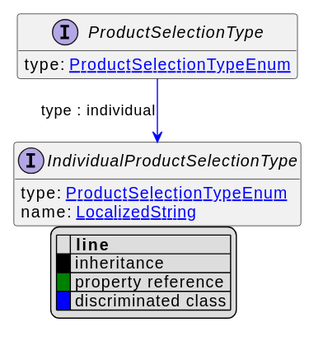
This is uml/api/svg/ProductSelectionType.svg from commercetools/commercetools-api-reference, a PlantUML export, as it was before one commit. Source of this version:
```plantuml
@startuml
!pragma layout elk
hide empty fields
hide empty methods
legend
|= |= line |
|<back:black>   </back>| inheritance |
|<back:green>   </back>| property reference |
|<back:blue>   </back>| discriminated class |
endlegend
interface ProductSelectionType [[ProductSelectionType.svg]]  {
    type: [[ProductSelectionTypeEnum.svg ProductSelectionTypeEnum]]
}


interface IndividualProductSelectionType [[IndividualProductSelectionType.svg]]  {
    type: [[ProductSelectionTypeEnum.svg ProductSelectionTypeEnum]]
    name: [[LocalizedString.svg LocalizedString]]
}

ProductSelectionType --> IndividualProductSelectionType #blue;text:blue : "type : individual"

@enduml
```
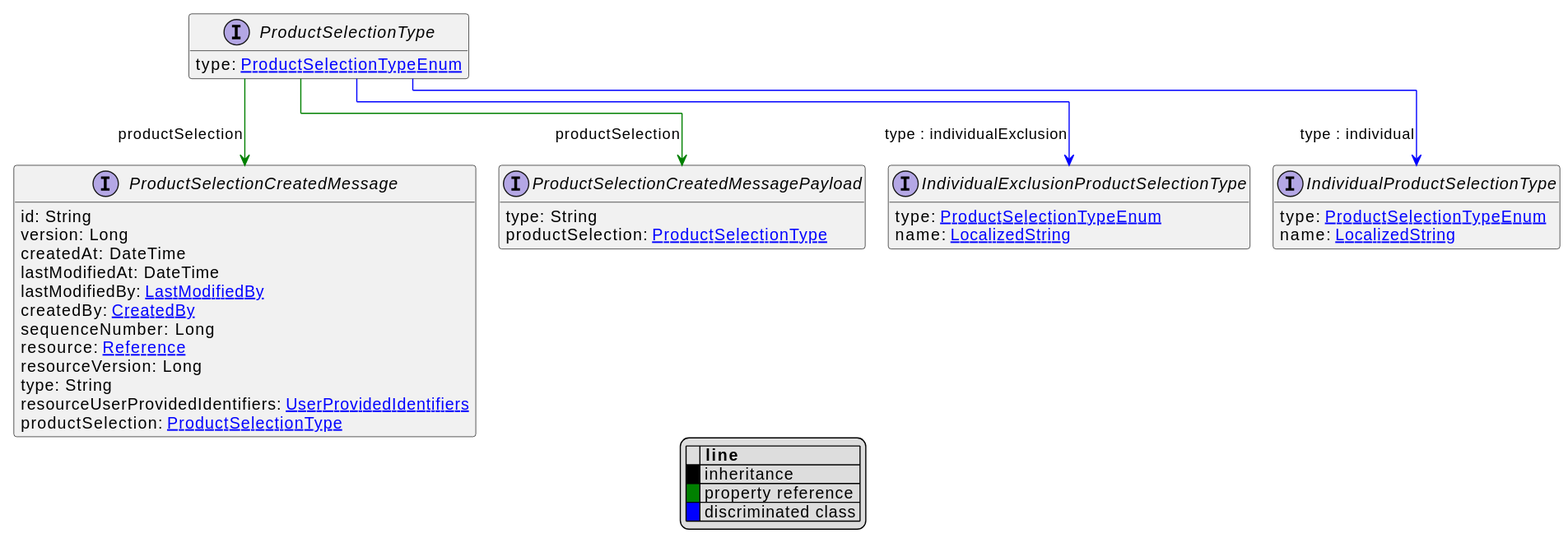
Later version of the same file.

Diff of the diagram source:
```diff
@@ -13,11 +13,34 @@
 }
 
 
+interface IndividualExclusionProductSelectionType [[IndividualExclusionProductSelectionType.svg]]  {
+    type: [[ProductSelectionTypeEnum.svg ProductSelectionTypeEnum]]
+    name: [[LocalizedString.svg LocalizedString]]
+}
 interface IndividualProductSelectionType [[IndividualProductSelectionType.svg]]  {
     type: [[ProductSelectionTypeEnum.svg ProductSelectionTypeEnum]]
     name: [[LocalizedString.svg LocalizedString]]
 }
-
+interface ProductSelectionCreatedMessage [[ProductSelectionCreatedMessage.svg]]  {
+    id: String
+    version: Long
+    createdAt: DateTime
+    lastModifiedAt: DateTime
+    lastModifiedBy: [[LastModifiedBy.svg LastModifiedBy]]
+    createdBy: [[CreatedBy.svg CreatedBy]]
+    sequenceNumber: Long
+    resource: [[Reference.svg Reference]]
+    resourceVersion: Long
+    type: String
+    resourceUserProvidedIdentifiers: [[UserProvidedIdentifiers.svg UserProvidedIdentifiers]]
+    productSelection: [[ProductSelectionType.svg ProductSelectionType]]
+}
+interface ProductSelectionCreatedMessagePayload [[ProductSelectionCreatedMessagePayload.svg]]  {
+    type: String
+    productSelection: [[ProductSelectionType.svg ProductSelectionType]]
+}
+ProductSelectionType --> IndividualExclusionProductSelectionType #blue;text:blue : "type : individualExclusion"
 ProductSelectionType --> IndividualProductSelectionType #blue;text:blue : "type : individual"
-
+ProductSelectionType --> ProductSelectionCreatedMessage #green;text:green : "productSelection"
+ProductSelectionType --> ProductSelectionCreatedMessagePayload #green;text:green : "productSelection"
 @enduml
```
